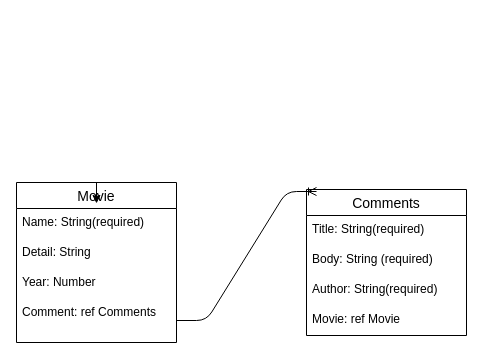
This is page "Page-1" (1 of 2) of ERD.drawio from quincyp/project-mediahub, a draw.io file, before an edit. Source tidied: cells renumbered, new cells numbered last; positions are measured from the earlier drawing's top-left corner, leaving out a move shared by most shapes. Both pictures are drawn from the tidied source at 100%, with x=0, y=0 at pixel (16, 182).
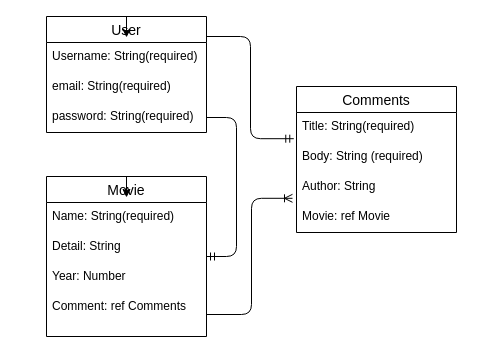
After the change.

Unchanged cells that the change refers to:
```xml
<mxCell id="7" value="Comment: ref Comments" style="text;strokeColor=none;fillColor=none;spacingLeft=4;spacingRight=4;overflow=hidden;points=[[0,0.5],[1,0.5]];portConstraint=eastwest;fontSize=12;" parent="2" vertex="1">
  <mxGeometry y="116" width="160" height="44" as="geometry" />
</mxCell>
<mxCell id="9" value="Title: String(required)" style="text;strokeColor=none;fillColor=none;spacingLeft=4;spacingRight=4;overflow=hidden;points=[[0,0.5],[1,0.5]];portConstraint=eastwest;fontSize=12;" parent="8" vertex="1">
  <mxGeometry y="26" width="160" height="30" as="geometry" />
</mxCell>
```

Change to the diagram source:
```diff
@@
     <mxCell id="2" value="Movie" style="swimlane;fontStyle=0;horizontal=1;startSize=26;align=center;fontSize=14;" parent="1" vertex="1">
-      <mxGeometry width="160" height="160" as="geometry" />
+      <mxGeometry x="30" y="-6" width="160" height="160" as="geometry" />
     </mxCell>
@@
     <mxCell id="8" value="Comments" style="swimlane;fontStyle=0;horizontal=1;startSize=26;align=center;fontSize=14;" parent="1" vertex="1">
-      <mxGeometry x="290" y="7" width="160" height="146" as="geometry" />
+      <mxGeometry x="280" y="-96" width="160" height="146" as="geometry" />
     </mxCell>
@@
-    <mxCell id="11" value="Author: String(required)" style="text;strokeColor=none;fillColor=none;spacingLeft=4;spacingRight=4;overflow=hidden;points=[[0,0.5],[1,0.5]];portConstraint=eastwest;fontSize=12;" parent="8" vertex="1">
+    <mxCell id="11" value="Author: String" style="text;strokeColor=none;fillColor=none;spacingLeft=4;spacingRight=4;overflow=hidden;points=[[0,0.5],[1,0.5]];portConstraint=eastwest;fontSize=12;" parent="8" vertex="1">
       <mxGeometry y="86" width="160" height="30" as="geometry" />
     </mxCell>
@@
-    <mxCell id="13" style="edgeStyle=entityRelationEdgeStyle;fontSize=12;html=1;endArrow=ERoneToMany;" parent="1" edge="1" source="7">
-      <mxGeometry relative="1" as="geometry">
-        <mxPoint x="300" y="9" as="targetPoint" />
-      </mxGeometry>
+    <mxCell id="13" style="edgeStyle=orthogonalEdgeStyle;fontSize=12;html=1;endArrow=ERoneToMany;entryX=-0.025;entryY=0.86;entryDx=0;entryDy=0;entryPerimeter=0;" parent="1" edge="1" source="7" target="11">
+      <mxGeometry relative="1" as="geometry" />
     </mxCell>
+    <mxCell id="14" value="User" style="swimlane;fontStyle=0;horizontal=1;startSize=26;align=center;fontSize=14;" parent="1" vertex="1">
+      <mxGeometry x="30" y="-166" width="160" height="116" as="geometry" />
+    </mxCell>
+    <mxCell id="15" value="Username: String(required)" style="text;strokeColor=none;fillColor=none;spacingLeft=4;spacingRight=4;overflow=hidden;points=[[0,0.5],[1,0.5]];portConstraint=eastwest;fontSize=12;" parent="14" vertex="1">
+      <mxGeometry y="26" width="160" height="30" as="geometry" />
+    </mxCell>
+    <mxCell id="16" value="email: String(required)" style="text;strokeColor=none;fillColor=none;spacingLeft=4;spacingRight=4;overflow=hidden;fontSize=12;" parent="14" vertex="1">
+      <mxGeometry y="56" width="160" height="30" as="geometry" />
+    </mxCell>
+    <mxCell id="17" style="edgeStyle=orthogonalEdgeStyle;rounded=0;jettySize=auto;html=1;exitX=0.5;exitY=0;exitDx=0;exitDy=0;entryX=0.5;entryY=-0.167;entryDx=0;entryDy=0;entryPerimeter=0;" parent="14" edge="1" source="14" target="15">
+      <mxGeometry relative="1" as="geometry" />
+    </mxCell>
+    <mxCell id="18" value="password: String(required)" style="text;strokeColor=none;fillColor=none;spacingLeft=4;spacingRight=4;overflow=hidden;points=[[0,0.5],[1,0.5]];portConstraint=eastwest;fontSize=12;" parent="14" vertex="1">
+      <mxGeometry y="86" width="160" height="30" as="geometry" />
+    </mxCell>
+    <mxCell id="19" style="edgeStyle=entityRelationEdgeStyle;fontSize=12;html=1;endArrow=ERmandOne;" parent="1" edge="1" source="18" target="2">
+      <mxGeometry relative="1" as="geometry" />
+    </mxCell>
+    <mxCell id="20" style="edgeStyle=elbowEdgeStyle;fontSize=12;html=1;endArrow=ERmandOne;entryX=-0.017;entryY=0.873;entryDx=0;entryDy=0;entryPerimeter=0;" parent="1" edge="1" target="9">
+      <mxGeometry relative="1" as="geometry">
+        <mxPoint x="190" y="-146" as="sourcePoint" />
+      </mxGeometry>
+    </mxCell>
```
